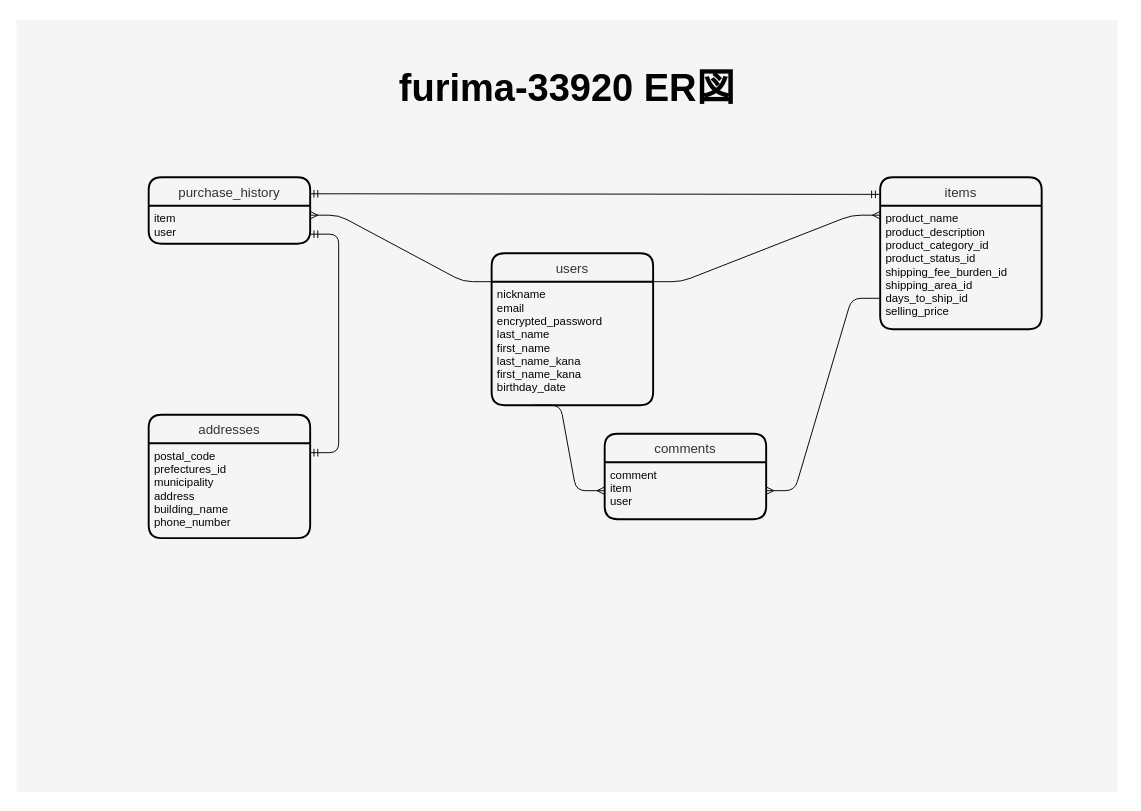
Before: furima-33920.dio in HasuikeTadakatsu/furima-33920, a draw.io diagram. Source tidied: cells renumbered, new cells numbered last; positions are measured from the earlier drawing's top-left corner, leaving out a move shared by most shapes. Both pictures are drawn from the tidied source at 95%, with x=0, y=0 at pixel (16, 20).
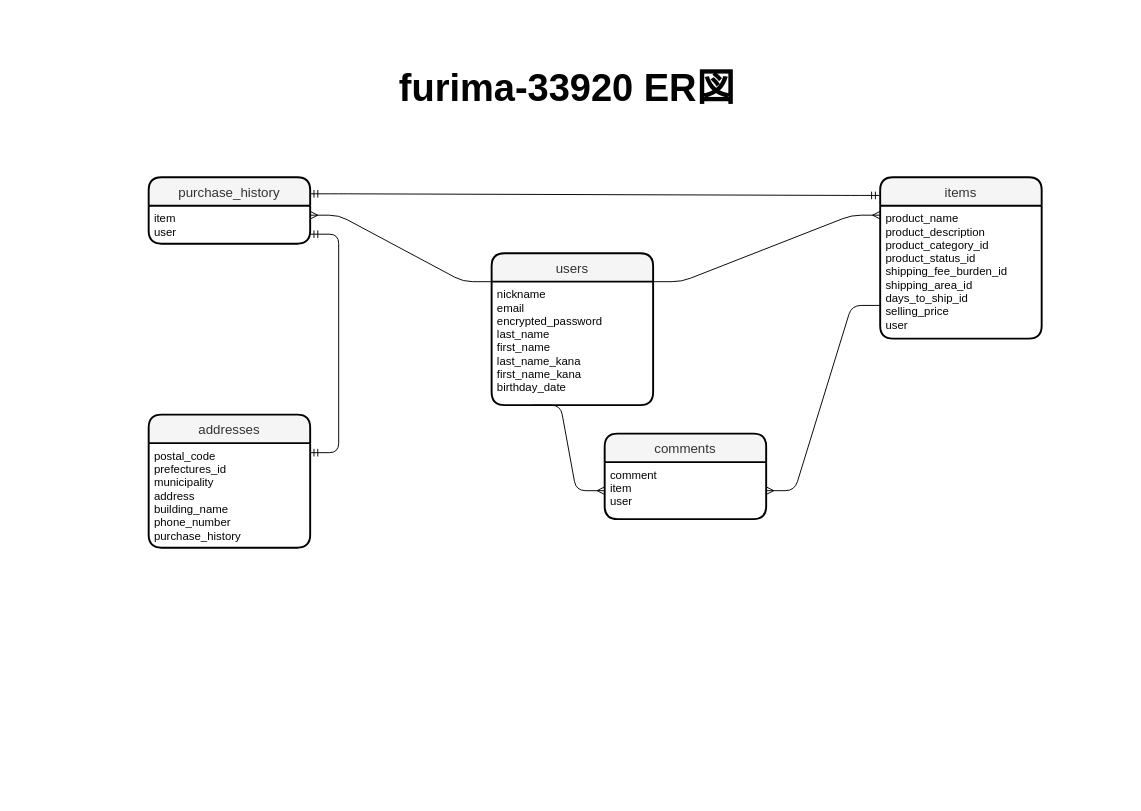
Above is the later version.

Diff of the diagram source:
```diff
@@
-<mxGraphModel background="#ffffff">
+<mxGraphModel background="#FFFFFF">
@@
-    <mxCell id="2" style="shape=ext;double=1;rounded=0;whiteSpace=wrap;html=1;labelBackgroundColor=none;fillColor=#f5f5f5;fontColor=#333333;strokeColor=none;" parent="1" vertex="1">
-      <mxGeometry width="1159" height="812" as="geometry" />
+    <mxCell id="2" style="shape=ext;double=1;rounded=0;whiteSpace=wrap;html=1;labelBackgroundColor=none;fontColor=#333333;strokeColor=none;fillColor=#FFFFFF;" parent="1" vertex="1">
+      <mxGeometry x="7" y="-4" width="1160" height="820" as="geometry" />
     </mxCell>
     <mxCell id="3" value="items" style="swimlane;horizontal=1;startSize=30;rounded=1;fontSize=14;fontStyle=0;strokeWidth=2;shadow=0;dashed=0;align=center;labelBackgroundColor=none;fillColor=#f5f5f5;fontColor=#333333;strokeColor=#000000;" parent="1" vertex="1">
-      <mxGeometry x="909" y="165" width="170" height="160" as="geometry" />
+      <mxGeometry x="909" y="165" width="170" height="170" as="geometry" />
     </mxCell>
-    <mxCell id="4" value="product_name&#10;product_description&#10;product_category_id&#10;product_status_id&#10;shipping_fee_burden_id&#10;shipping_area_id&#10;days_to_ship_id&#10;selling_price" style="align=left;strokeColor=none;fillColor=none;spacingLeft=4;fontSize=12;verticalAlign=top;fontColor=#030303;" parent="3" vertex="1">
-      <mxGeometry y="30" width="170" height="130" as="geometry" />
+    <mxCell id="4" value="product_name&#10;product_description&#10;product_category_id&#10;product_status_id&#10;shipping_fee_burden_id&#10;shipping_area_id&#10;days_to_ship_id&#10;selling_price&#10;user" style="align=left;strokeColor=none;fillColor=none;spacingLeft=4;fontSize=12;verticalAlign=top;fontColor=#030303;" parent="3" vertex="1">
+      <mxGeometry y="30" width="170" height="140" as="geometry" />
     </mxCell>
@@
     <mxCell id="10" value="addresses" style="swimlane;horizontal=1;startSize=30;rounded=1;fontSize=14;fontStyle=0;strokeWidth=2;shadow=0;dashed=0;align=center;labelBackgroundColor=none;fillColor=#f5f5f5;fontColor=#333333;strokeColor=#000000;" parent="1" vertex="1">
-      <mxGeometry x="139" y="415" width="170" height="130" as="geometry" />
+      <mxGeometry x="139" y="415" width="170" height="140" as="geometry" />
     </mxCell>
-    <mxCell id="11" value="postal_code&#10;prefectures_id&#10;municipality&#10;address&#10;building_name&#10;phone_number" style="align=left;strokeColor=none;fillColor=none;spacingLeft=4;fontSize=12;verticalAlign=top;fontColor=#030303;" parent="10" vertex="1">
-      <mxGeometry y="30" width="170" height="100" as="geometry" />
+    <mxCell id="11" value="postal_code&#10;prefectures_id&#10;municipality&#10;address&#10;building_name&#10;phone_number&#10;purchase_history" style="align=left;strokeColor=none;fillColor=none;spacingLeft=4;fontSize=12;verticalAlign=top;fontColor=#030303;" parent="10" vertex="1">
+      <mxGeometry y="30" width="170" height="110" as="geometry" />
     </mxCell>
```
